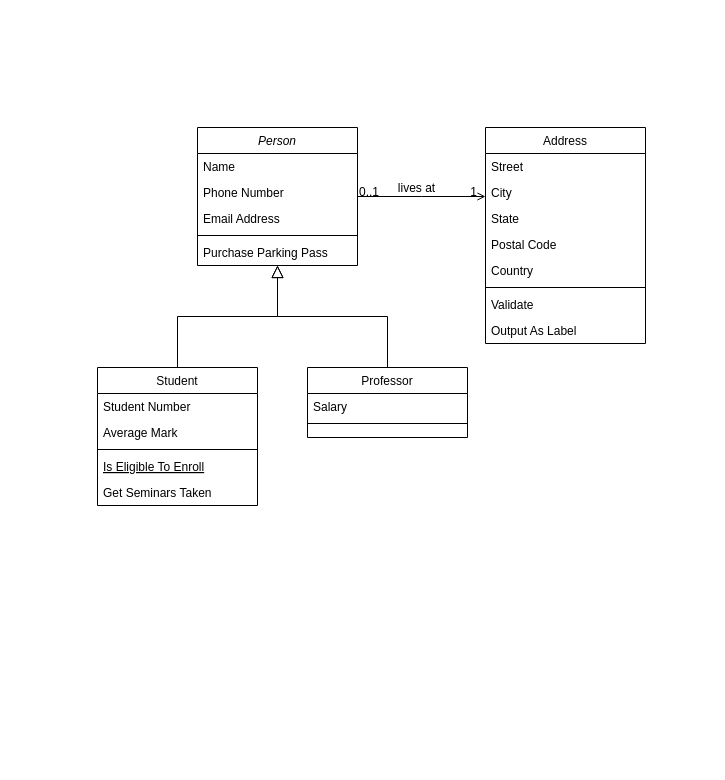
a-marian/bloch keeps this draw.io diagram as Diagrama sin título.drawio. Above is the earlier version. Source tidied: cells renumbered, new cells numbered last; positions are measured from the earlier drawing's top-left corner, leaving out a move shared by most shapes. Both pictures are drawn from the tidied source at 100%, with x=0, y=0 at pixel (97, 127).
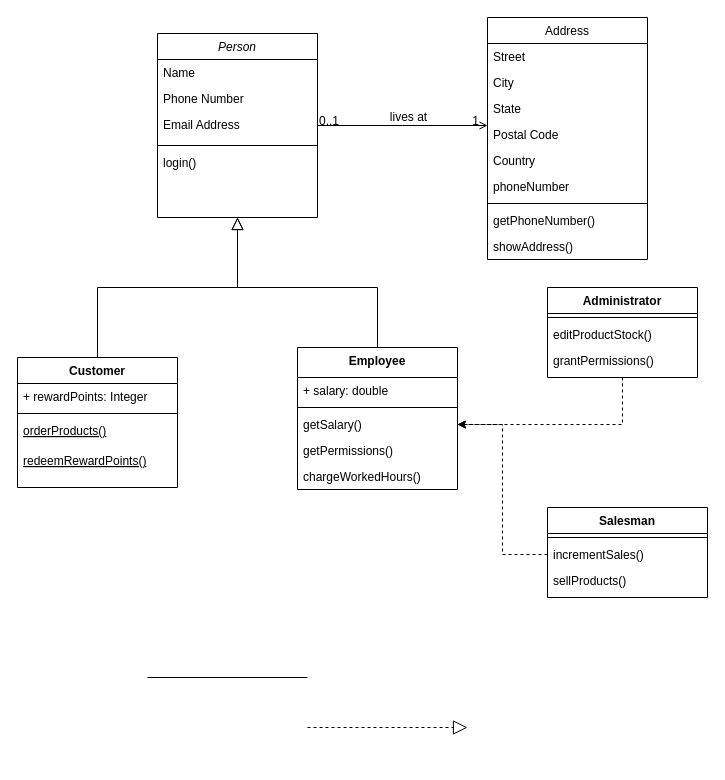
After the change.

Commit message:
classes-diag

Diff of the diagram source:
```diff
@@
     <mxCell id="2" value="Person" style="swimlane;fontStyle=2;align=center;verticalAlign=top;horizontal=1;startSize=26;rounded=0;shadow=0;strokeWidth=1;" parent="1" vertex="1">
-      <mxGeometry x="100" width="160" height="138" as="geometry" />
+      <mxGeometry x="60" y="-94" width="160" height="184" as="geometry" />
     </mxCell>
@@
     <mxCell id="5" value="Email Address" style="text;align=left;verticalAlign=top;spacingLeft=4;spacingRight=4;overflow=hidden;rounded=0;shadow=0;html=0;" parent="2" vertex="1">
-      <mxGeometry y="78" width="160" height="26" as="geometry" />
+      <mxGeometry y="78" width="160" height="30" as="geometry" />
     </mxCell>
     <mxCell id="6" style="line;html=1;strokeWidth=1;align=left;verticalAlign=middle;spacingTop=-1;spacingLeft=3;spacingRight=3;labelPosition=right;" parent="2" vertex="1">
-      <mxGeometry y="104" width="160" height="8" as="geometry" />
+      <mxGeometry y="108" width="160" height="8" as="geometry" />
     </mxCell>
-    <mxCell id="7" value="Purchase Parking Pass" style="text;align=left;verticalAlign=top;spacingLeft=4;spacingRight=4;overflow=hidden;" parent="2" vertex="1">
-      <mxGeometry y="112" width="160" height="26" as="geometry" />
+    <mxCell id="7" value="login()" style="text;align=left;verticalAlign=top;spacingLeft=4;spacingRight=4;overflow=hidden;" parent="2" vertex="1">
+      <mxGeometry y="116" width="160" height="26" as="geometry" />
     </mxCell>
-    <mxCell id="8" value="Student" style="swimlane;fontStyle=0;align=center;verticalAlign=top;horizontal=1;startSize=26;rounded=0;shadow=0;strokeWidth=1;" parent="1" vertex="1">
-      <mxGeometry y="240" width="160" height="138" as="geometry" />
+    <mxCell id="8" value="Customer" style="swimlane;fontStyle=1;align=center;verticalAlign=top;horizontal=1;startSize=26;rounded=0;shadow=0;strokeWidth=1;" parent="1" vertex="1">
+      <mxGeometry x="-80" y="230" width="160" height="130" as="geometry" />
     </mxCell>
-    <mxCell id="9" value="Student Number" style="text;align=left;verticalAlign=top;spacingLeft=4;spacingRight=4;overflow=hidden;" parent="8" vertex="1">
+    <mxCell id="9" value="+ rewardPoints: Integer" style="text;align=left;verticalAlign=top;spacingLeft=4;spacingRight=4;overflow=hidden;" parent="8" vertex="1">
       <mxGeometry y="26" width="160" height="26" as="geometry" />
     </mxCell>
-    <mxCell id="10" value="Average Mark" style="text;align=left;verticalAlign=top;spacingLeft=4;spacingRight=4;overflow=hidden;rounded=0;shadow=0;html=0;" parent="8" vertex="1">
-      <mxGeometry y="52" width="160" height="26" as="geometry" />
-    </mxCell>
     <mxCell id="11" style="line;html=1;strokeWidth=1;align=left;verticalAlign=middle;spacingTop=-1;spacingLeft=3;spacingRight=3;labelPosition=right;" parent="8" vertex="1">
-      <mxGeometry y="78" width="160" height="8" as="geometry" />
+      <mxGeometry y="52" width="160" height="8" as="geometry" />
     </mxCell>
-    <mxCell id="12" value="Is Eligible To Enroll" style="text;align=left;verticalAlign=top;spacingLeft=4;spacingRight=4;overflow=hidden;fontStyle=4;" parent="8" vertex="1">
-      <mxGeometry y="86" width="160" height="26" as="geometry" />
+    <mxCell id="12" value="orderProducts()" style="text;align=left;verticalAlign=top;spacingLeft=4;spacingRight=4;overflow=hidden;fontStyle=4;" parent="8" vertex="1">
+      <mxGeometry y="60" width="160" height="30" as="geometry" />
     </mxCell>
-    <mxCell id="13" value="Get Seminars Taken" style="text;align=left;verticalAlign=top;spacingLeft=4;spacingRight=4;overflow=hidden;" parent="8" vertex="1">
-      <mxGeometry y="112" width="160" height="26" as="geometry" />
-    </mxCell>
+    <mxCell id="32" value="redeemRewardPoints()" style="text;align=left;verticalAlign=top;spacingLeft=4;spacingRight=4;overflow=hidden;fontStyle=4;" parent="8" vertex="1">
+      <mxGeometry y="90" width="160" height="30" as="geometry" />
+    </mxCell>
+    <mxCell id="33" style="text;align=left;verticalAlign=top;spacingLeft=4;spacingRight=4;overflow=hidden;fontStyle=4;" parent="8" vertex="1">
+      <mxGeometry y="120" width="160" height="10" as="geometry" />
+    </mxCell>
@@
-    <mxCell id="15" value="Professor" style="swimlane;fontStyle=0;align=center;verticalAlign=top;horizontal=1;startSize=26;rounded=0;shadow=0;strokeWidth=1;" parent="1" vertex="1">
-      <mxGeometry x="210" y="240" width="160" height="70" as="geometry" />
-    </mxCell>
-    <mxCell id="16" value="Salary" style="text;align=left;verticalAlign=top;spacingLeft=4;spacingRight=4;overflow=hidden;" parent="15" vertex="1">
-      <mxGeometry y="26" width="160" height="26" as="geometry" />
-    </mxCell>
-    <mxCell id="17" style="line;html=1;strokeWidth=1;align=left;verticalAlign=middle;spacingTop=-1;spacingLeft=3;spacingRight=3;labelPosition=right;" parent="15" vertex="1">
-      <mxGeometry y="52" width="160" height="8" as="geometry" />
-    </mxCell>
-    <mxCell id="18" style="endArrow=block;endSize=10;endFill=0;shadow=0;strokeWidth=1;rounded=0;edgeStyle=elbowEdgeStyle;elbow=vertical;" parent="1" edge="1" source="15" target="2">
-      <mxGeometry relative="1" as="geometry" />
+    <mxCell id="18" style="endArrow=block;endSize=10;endFill=0;shadow=0;strokeWidth=1;rounded=0;edgeStyle=elbowEdgeStyle;elbow=vertical;" parent="1" edge="1" target="2">
+      <mxGeometry relative="1" as="geometry">
+        <mxPoint x="280" y="230" as="sourcePoint" />
+      </mxGeometry>
     </mxCell>
     <mxCell id="19" value="Address" style="swimlane;fontStyle=0;align=center;verticalAlign=top;horizontal=1;startSize=26;rounded=0;shadow=0;strokeWidth=1;" parent="1" vertex="1">
-      <mxGeometry x="388" width="160" height="216" as="geometry" />
+      <mxGeometry x="390" y="-110" width="160" height="242" as="geometry" />
     </mxCell>
@@
+    <mxCell id="34" value="phoneNumber" style="text;align=left;verticalAlign=top;spacingLeft=4;spacingRight=4;overflow=hidden;rounded=0;shadow=0;html=0;" parent="19" vertex="1">
+      <mxGeometry y="156" width="160" height="26" as="geometry" />
+    </mxCell>
     <mxCell id="25" style="line;html=1;strokeWidth=1;align=left;verticalAlign=middle;spacingTop=-1;spacingLeft=3;spacingRight=3;labelPosition=right;" parent="19" vertex="1">
-      <mxGeometry y="156" width="160" height="8" as="geometry" />
+      <mxGeometry y="182" width="160" height="8" as="geometry" />
     </mxCell>
-    <mxCell id="26" value="Validate" style="text;align=left;verticalAlign=top;spacingLeft=4;spacingRight=4;overflow=hidden;" parent="19" vertex="1">
-      <mxGeometry y="164" width="160" height="26" as="geometry" />
+    <mxCell id="26" value="getPhoneNumber()" style="text;align=left;verticalAlign=top;spacingLeft=4;spacingRight=4;overflow=hidden;" parent="19" vertex="1">
+      <mxGeometry y="190" width="160" height="26" as="geometry" />
     </mxCell>
-    <mxCell id="27" value="Output As Label" style="text;align=left;verticalAlign=top;spacingLeft=4;spacingRight=4;overflow=hidden;" parent="19" vertex="1">
-      <mxGeometry y="190" width="160" height="26" as="geometry" />
+    <mxCell id="27" value="showAddress()" style="text;align=left;verticalAlign=top;spacingLeft=4;spacingRight=4;overflow=hidden;" parent="19" vertex="1">
+      <mxGeometry y="216" width="160" height="26" as="geometry" />
     </mxCell>
@@
+    <mxCell id="35" style="edgeStyle=orthogonalEdgeStyle;rounded=0;jettySize=auto;html=1;entryX=1;entryY=0.5;entryDx=0;entryDy=0;dashed=1;" parent="1" edge="1" source="36" target="48">
+      <mxGeometry relative="1" as="geometry" />
+    </mxCell>
+    <mxCell id="36" value="Administrator" style="swimlane;fontStyle=1;align=center;verticalAlign=top;horizontal=1;startSize=26;whiteSpace=wrap;html=1;" parent="1" vertex="1">
+      <mxGeometry x="450" y="160" width="150" height="90" as="geometry" />
+    </mxCell>
+    <mxCell id="37" style="line;strokeWidth=1;fillColor=none;align=left;verticalAlign=middle;spacingTop=-1;spacingLeft=3;spacingRight=3;labelPosition=right;strokeColor=inherit;" parent="36" vertex="1">
+      <mxGeometry y="26" width="150" height="8" as="geometry" />
+    </mxCell>
+    <mxCell id="38" value="editProductStock()" style="text;strokeColor=none;fillColor=none;align=left;verticalAlign=top;spacingLeft=4;spacingRight=4;overflow=hidden;whiteSpace=wrap;html=1;" parent="36" vertex="1">
+      <mxGeometry y="34" width="150" height="26" as="geometry" />
+    </mxCell>
+    <mxCell id="39" value="grantPermissions()" style="text;strokeColor=none;fillColor=none;align=left;verticalAlign=top;spacingLeft=4;spacingRight=4;overflow=hidden;whiteSpace=wrap;html=1;" parent="36" vertex="1">
+      <mxGeometry y="60" width="150" height="30" as="geometry" />
+    </mxCell>
+    <mxCell id="40" value="Salesman" style="swimlane;fontStyle=1;align=center;verticalAlign=top;horizontal=1;startSize=26;whiteSpace=wrap;html=1;" parent="1" vertex="1">
+      <mxGeometry x="450" y="380" width="160" height="90" as="geometry" />
+    </mxCell>
+    <mxCell id="41" style="line;strokeWidth=1;fillColor=none;align=left;verticalAlign=middle;spacingTop=-1;spacingLeft=3;spacingRight=3;labelPosition=right;strokeColor=inherit;" parent="40" vertex="1">
+      <mxGeometry y="26" width="160" height="8" as="geometry" />
+    </mxCell>
+    <mxCell id="42" value="incrementSales()" style="text;strokeColor=none;fillColor=none;align=left;verticalAlign=top;spacingLeft=4;spacingRight=4;overflow=hidden;points=[[0,0.5],[1,0.5]];portConstraint=eastwest;whiteSpace=wrap;html=1;" parent="40" vertex="1">
+      <mxGeometry y="34" width="160" height="26" as="geometry" />
+    </mxCell>
+    <mxCell id="43" value="sellProducts()" style="text;strokeColor=none;fillColor=none;align=left;verticalAlign=top;spacingLeft=4;spacingRight=4;overflow=hidden;whiteSpace=wrap;html=1;" parent="40" vertex="1">
+      <mxGeometry y="60" width="160" height="26" as="geometry" />
+    </mxCell>
+    <mxCell id="44" style="text;strokeColor=none;fillColor=none;align=left;verticalAlign=top;spacingLeft=4;spacingRight=4;overflow=hidden;whiteSpace=wrap;html=1;" parent="40" vertex="1">
+      <mxGeometry y="86" width="160" height="4" as="geometry" />
+    </mxCell>
+    <mxCell id="17" style="line;html=1;strokeWidth=1;align=left;verticalAlign=middle;spacingTop=-1;spacingLeft=3;spacingRight=3;labelPosition=right;" parent="1" vertex="1">
+      <mxGeometry x="50" y="465" width="160" height="170" as="geometry" />
+    </mxCell>
+    <mxCell id="45" value="Employee" style="swimlane;fontStyle=1;align=center;verticalAlign=top;horizontal=1;startSize=30;whiteSpace=wrap;html=1;" parent="1" vertex="1">
+      <mxGeometry x="200" y="220" width="160" height="142" as="geometry" />
+    </mxCell>
+    <mxCell id="46" value="+ salary: double" style="text;strokeColor=none;fillColor=none;align=left;verticalAlign=top;spacingLeft=4;spacingRight=4;overflow=hidden;whiteSpace=wrap;html=1;" parent="45" vertex="1">
+      <mxGeometry y="30" width="160" height="26" as="geometry" />
+    </mxCell>
+    <mxCell id="47" style="line;strokeWidth=1;fillColor=none;align=left;verticalAlign=middle;spacingTop=-1;spacingLeft=3;spacingRight=3;labelPosition=right;strokeColor=inherit;" parent="45" vertex="1">
+      <mxGeometry y="56" width="160" height="8" as="geometry" />
+    </mxCell>
+    <mxCell id="48" value="getSalary()" style="text;strokeColor=none;fillColor=none;align=left;verticalAlign=top;spacingLeft=4;spacingRight=4;overflow=hidden;points=[[0,0.5],[1,0.5]];portConstraint=eastwest;whiteSpace=wrap;html=1;" parent="45" vertex="1">
+      <mxGeometry y="64" width="160" height="26" as="geometry" />
+    </mxCell>
+    <mxCell id="49" value="getPermissions()" style="text;strokeColor=none;fillColor=none;align=left;verticalAlign=top;spacingLeft=4;spacingRight=4;overflow=hidden;whiteSpace=wrap;html=1;" parent="45" vertex="1">
+      <mxGeometry y="90" width="160" height="26" as="geometry" />
+    </mxCell>
+    <mxCell id="50" value="chargeWorkedHours()" style="text;strokeColor=none;fillColor=none;align=left;verticalAlign=top;spacingLeft=4;spacingRight=4;overflow=hidden;whiteSpace=wrap;html=1;" parent="45" vertex="1">
+      <mxGeometry y="116" width="160" height="26" as="geometry" />
+    </mxCell>
+    <mxCell id="51" style="endArrow=block;dashed=1;endFill=0;endSize=12;html=1;rounded=0;" parent="1" edge="1">
+      <mxGeometry relative="1" as="geometry">
+        <mxPoint x="210" y="600" as="sourcePoint" />
+        <mxPoint x="370" y="600" as="targetPoint" />
+      </mxGeometry>
+    </mxCell>
+    <mxCell id="52" style="edgeStyle=orthogonalEdgeStyle;rounded=0;jettySize=auto;html=1;dashed=1;" parent="1" edge="1" source="42" target="48">
+      <mxGeometry relative="1" as="geometry" />
+    </mxCell>
```
